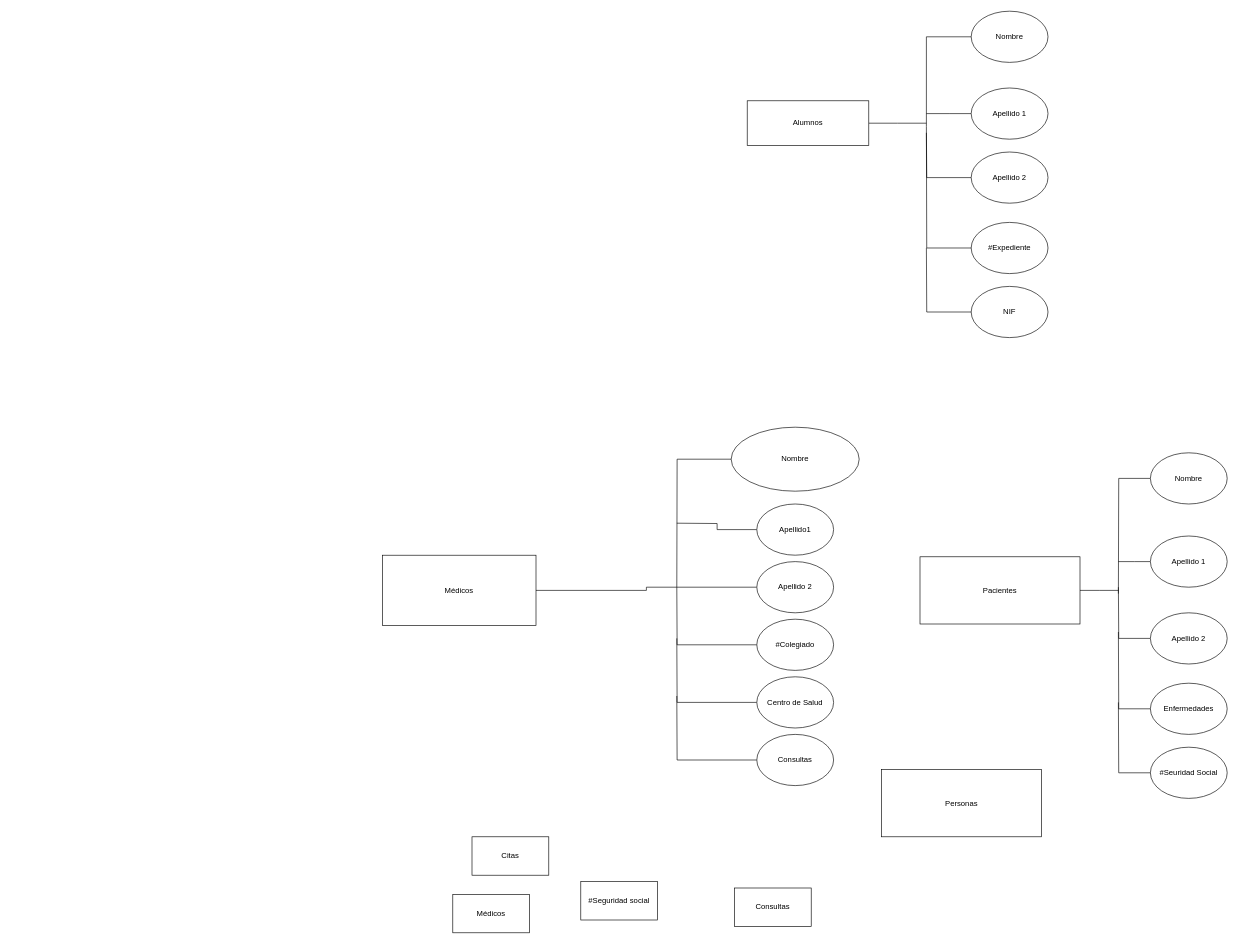
Before: Introducción.drawio in HugoCaspoz/Bases-de-Datos-2021, a draw.io diagram. Source tidied: cells renumbered, new cells numbered last; positions are measured from the earlier drawing's top-left corner, leaving out a move shared by most shapes. Both pictures are drawn from the tidied source at 64%, with x=0, y=0 at pixel (382, 11).
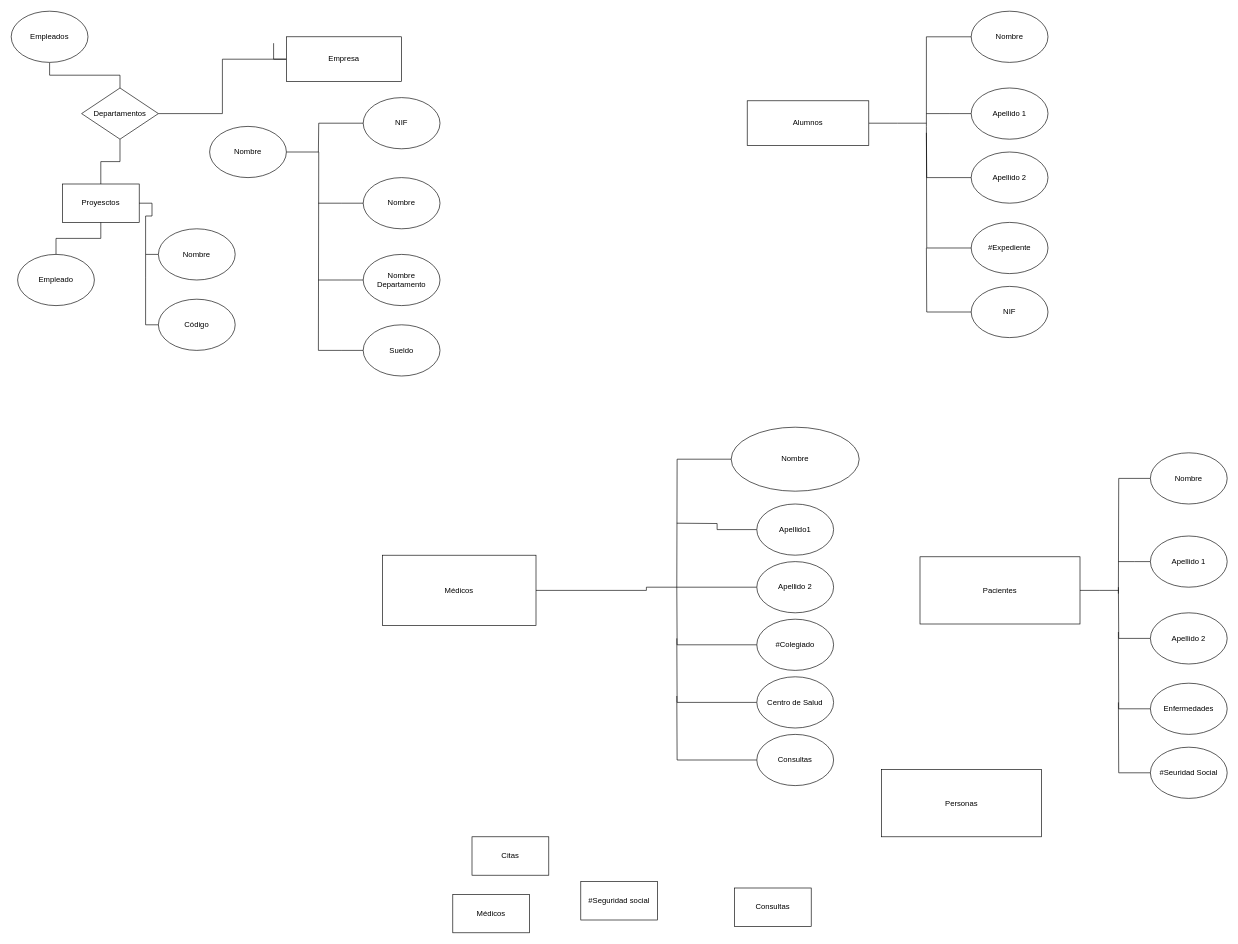
Above is the later version.

The edit, as a diff of the source:
```diff
@@
+    <mxCell id="44" style="edgeStyle=orthogonalEdgeStyle;rounded=0;jettySize=auto;html=1;exitX=0;exitY=0.5;exitDx=0;exitDy=0;endArrow=none;endFill=0;" parent="1" edge="1" source="46">
+      <mxGeometry relative="1" as="geometry">
+        <mxPoint x="-170" y="50" as="targetPoint" />
+      </mxGeometry>
+    </mxCell>
+    <mxCell id="45" style="edgeStyle=orthogonalEdgeStyle;rounded=0;jettySize=auto;html=1;entryX=1;entryY=0.5;entryDx=0;entryDy=0;endArrow=none;endFill=0;" parent="1" edge="1" source="46" target="63">
+      <mxGeometry relative="1" as="geometry" />
+    </mxCell>
+    <mxCell id="46" value="Empresa" style="rounded=0;whiteSpace=wrap;html=1;" parent="1" vertex="1">
+      <mxGeometry x="-150" y="40" width="180" height="70" as="geometry" />
+    </mxCell>
+    <mxCell id="47" style="edgeStyle=orthogonalEdgeStyle;rounded=0;jettySize=auto;html=1;entryX=0.5;entryY=1;entryDx=0;entryDy=0;endArrow=none;endFill=0;" parent="1" edge="1" source="48" target="63">
+      <mxGeometry relative="1" as="geometry" />
+    </mxCell>
+    <mxCell id="48" value="Proyesctos" style="whiteSpace=wrap;html=1;" parent="1" vertex="1">
+      <mxGeometry x="-500" y="270" width="120" height="60" as="geometry" />
+    </mxCell>
+    <mxCell id="49" style="edgeStyle=orthogonalEdgeStyle;rounded=0;jettySize=auto;html=1;entryX=0.5;entryY=0;entryDx=0;entryDy=0;endArrow=none;endFill=0;" parent="1" edge="1" source="50" target="63">
+      <mxGeometry relative="1" as="geometry" />
+    </mxCell>
+    <mxCell id="50" value="Empleados" style="ellipse;whiteSpace=wrap;html=1;" parent="1" vertex="1">
+      <mxGeometry x="-580" width="120" height="80" as="geometry" />
+    </mxCell>
+    <mxCell id="51" style="edgeStyle=orthogonalEdgeStyle;rounded=0;jettySize=auto;html=1;entryX=0.5;entryY=1;entryDx=0;entryDy=0;endArrow=none;endFill=0;" parent="1" edge="1" source="52" target="48">
+      <mxGeometry relative="1" as="geometry" />
+    </mxCell>
+    <mxCell id="52" value="Empleado" style="ellipse;whiteSpace=wrap;html=1;" parent="1" vertex="1">
+      <mxGeometry x="-570" y="380" width="120" height="80" as="geometry" />
+    </mxCell>
+    <mxCell id="53" style="edgeStyle=orthogonalEdgeStyle;rounded=0;jettySize=auto;html=1;endArrow=none;endFill=0;" parent="1" edge="1" source="54">
+      <mxGeometry relative="1" as="geometry">
+        <mxPoint x="-100" y="530" as="targetPoint" />
+      </mxGeometry>
+    </mxCell>
+    <mxCell id="54" value="Nombre" style="ellipse;whiteSpace=wrap;html=1;" parent="1" vertex="1">
+      <mxGeometry x="-270" y="180" width="120" height="80" as="geometry" />
+    </mxCell>
+    <mxCell id="55" style="edgeStyle=orthogonalEdgeStyle;rounded=0;jettySize=auto;html=1;endArrow=none;endFill=0;" parent="1" edge="1" source="56">
+      <mxGeometry relative="1" as="geometry">
+        <mxPoint x="-100" y="220" as="targetPoint" />
+      </mxGeometry>
+    </mxCell>
+    <mxCell id="56" value="NIF" style="ellipse;whiteSpace=wrap;html=1;" parent="1" vertex="1">
+      <mxGeometry x="-30" y="135" width="120" height="80" as="geometry" />
+    </mxCell>
+    <mxCell id="57" style="edgeStyle=orthogonalEdgeStyle;rounded=0;jettySize=auto;html=1;endArrow=none;endFill=0;" parent="1" edge="1" source="58">
+      <mxGeometry relative="1" as="geometry">
+        <mxPoint x="-100" y="300" as="targetPoint" />
+      </mxGeometry>
+    </mxCell>
+    <mxCell id="58" value="Nombre" style="ellipse;whiteSpace=wrap;html=1;" parent="1" vertex="1">
+      <mxGeometry x="-30" y="260" width="120" height="80" as="geometry" />
+    </mxCell>
+    <mxCell id="59" style="edgeStyle=orthogonalEdgeStyle;rounded=0;jettySize=auto;html=1;endArrow=none;endFill=0;" parent="1" edge="1" source="60">
+      <mxGeometry relative="1" as="geometry">
+        <mxPoint x="-100" y="420" as="targetPoint" />
+      </mxGeometry>
+    </mxCell>
+    <mxCell id="60" value="Nombre Departamento" style="ellipse;whiteSpace=wrap;html=1;" parent="1" vertex="1">
+      <mxGeometry x="-30" y="380" width="120" height="80" as="geometry" />
+    </mxCell>
+    <mxCell id="61" style="edgeStyle=orthogonalEdgeStyle;rounded=0;jettySize=auto;html=1;endArrow=none;endFill=0;" parent="1" edge="1" source="62">
+      <mxGeometry relative="1" as="geometry">
+        <mxPoint x="-100" y="530" as="targetPoint" />
+      </mxGeometry>
+    </mxCell>
+    <mxCell id="62" value="Sueldo" style="ellipse;whiteSpace=wrap;html=1;" parent="1" vertex="1">
+      <mxGeometry x="-30" y="490" width="120" height="80" as="geometry" />
+    </mxCell>
+    <mxCell id="63" value="Departamentos" style="rhombus;whiteSpace=wrap;html=1;" parent="1" vertex="1">
+      <mxGeometry x="-470" y="120" width="120" height="80" as="geometry" />
+    </mxCell>
+    <mxCell id="64" style="edgeStyle=orthogonalEdgeStyle;rounded=0;jettySize=auto;html=1;entryX=1;entryY=0.5;entryDx=0;entryDy=0;endArrow=none;endFill=0;" parent="1" edge="1" source="65" target="48">
+      <mxGeometry relative="1" as="geometry" />
+    </mxCell>
+    <mxCell id="65" value="Nombre" style="ellipse;whiteSpace=wrap;html=1;" parent="1" vertex="1">
+      <mxGeometry x="-350" y="340" width="120" height="80" as="geometry" />
+    </mxCell>
+    <mxCell id="66" style="edgeStyle=orthogonalEdgeStyle;rounded=0;jettySize=auto;html=1;endArrow=none;endFill=0;" parent="1" edge="1" source="67">
+      <mxGeometry relative="1" as="geometry">
+        <mxPoint x="-370" y="380" as="targetPoint" />
+      </mxGeometry>
+    </mxCell>
+    <mxCell id="67" value="Código" style="ellipse;whiteSpace=wrap;html=1;" parent="1" vertex="1">
+      <mxGeometry x="-350" y="450" width="120" height="80" as="geometry" />
+    </mxCell>
```
